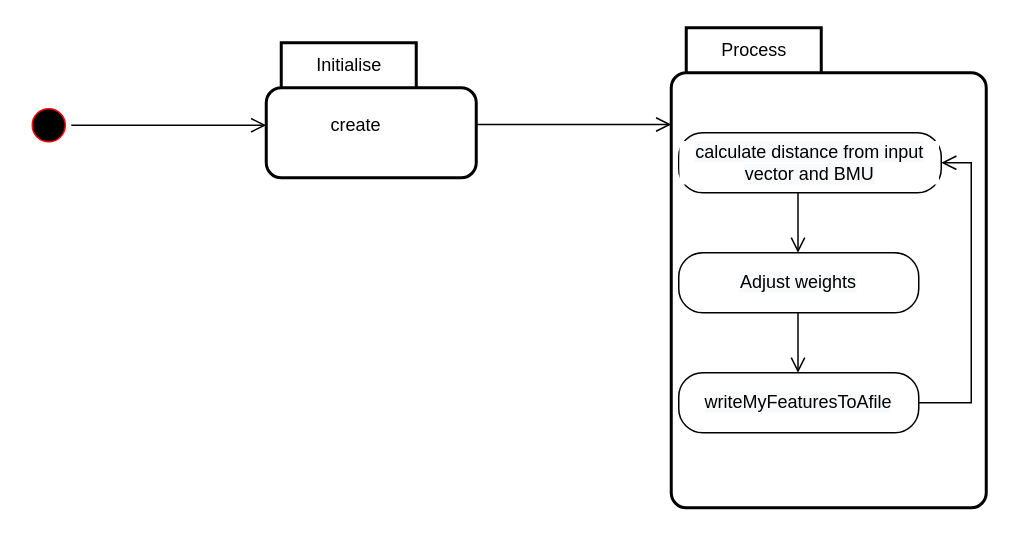
vanelopethecoder/som-basic keeps this draw.io diagram as ActorStateMachineDiagram.drawio. Above is the earlier version. Source tidied: cells renumbered, new cells numbered last; positions are measured from the earlier drawing's top-left corner, leaving out a move shared by most shapes. Both pictures are drawn from the tidied source at 150%, with x=0, y=0 at pixel (26, 27).
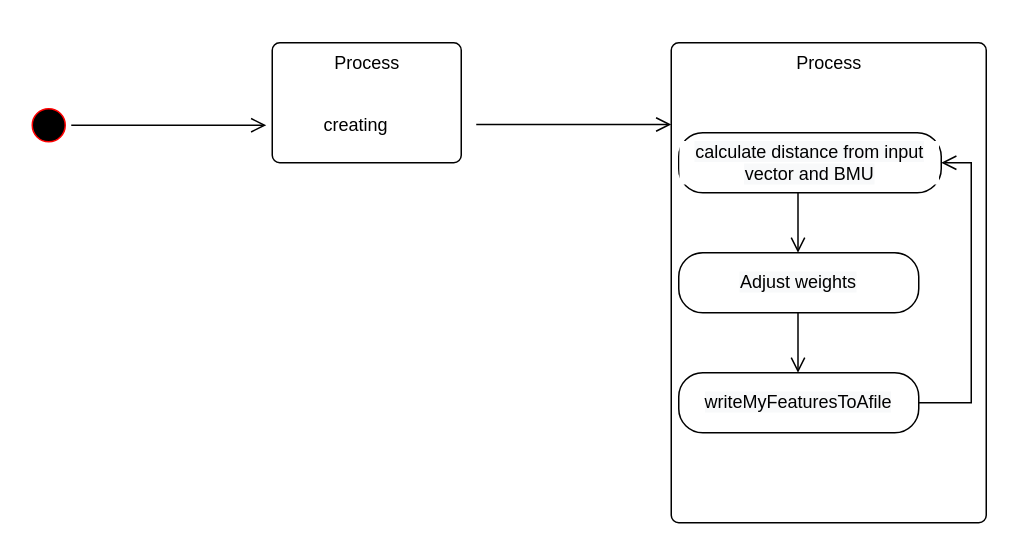
After the change.

What changed in the source:
```diff
@@
+    <mxCell id="14" value="Process" style="html=1;align=center;verticalAlign=top;rounded=1;absoluteArcSize=1;arcSize=10;dashed=0;labelBackgroundColor=default;fontColor=#000000;strokeColor=#000000;fillColor=#FFFFFF;" parent="1" vertex="1">
+      <mxGeometry x="164" y="10" width="126" height="80" as="geometry" />
+    </mxCell>
+    <mxCell id="15" value="Process" style="html=1;align=center;verticalAlign=top;rounded=1;absoluteArcSize=1;arcSize=10;dashed=0;labelBackgroundColor=default;fontColor=#000000;strokeColor=#000000;fillColor=#FFFFFF;" parent="1" vertex="1">
+      <mxGeometry x="430" y="10" width="210" height="320" as="geometry" />
+    </mxCell>
@@
-    <mxCell id="4" value="Initialise" style="shape=folder;align=center;verticalAlign=middle;fontStyle=0;tabWidth=100;tabHeight=30;tabPosition=left;html=1;boundedLbl=1;labelInHeader=1;rounded=1;absoluteArcSize=1;arcSize=10;strokeWidth=2;" parent="1" vertex="1">
-      <mxGeometry x="160" y="10" width="140" height="90" as="geometry" />
-    </mxCell>
-    <mxCell id="5" value="create" style="text;html=1;strokeColor=none;fillColor=none;align=center;verticalAlign=middle;whiteSpace=wrap;rounded=0;" parent="1" vertex="1">
+    <mxCell id="5" value="creating" style="text;html=1;strokeColor=none;fillColor=none;align=center;verticalAlign=middle;whiteSpace=wrap;rounded=0;" parent="1" vertex="1">
       <mxGeometry x="190" y="50" width="60" height="30" as="geometry" />
     </mxCell>
@@
-    <mxCell id="7" value="Process" style="shape=folder;align=center;verticalAlign=middle;fontStyle=0;tabWidth=100;tabHeight=30;tabPosition=left;html=1;boundedLbl=1;labelInHeader=1;rounded=1;absoluteArcSize=1;arcSize=10;strokeWidth=2;" parent="1" vertex="1">
-      <mxGeometry x="430" width="210" height="320" as="geometry" />
-    </mxCell>
```
